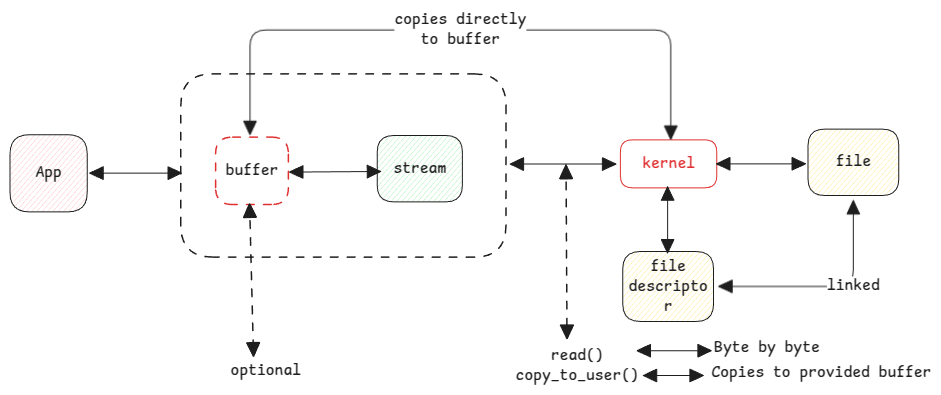
swaroopar/inprogress-engineer keeps this Excalidraw diagram as static/img/file-stream-buffer.excalidraw.png. Above is the earlier version. Source tidied: one line per element, renumbered; positions are measured from the earlier drawing's top-left corner, leaving out a move shared by most shapes.
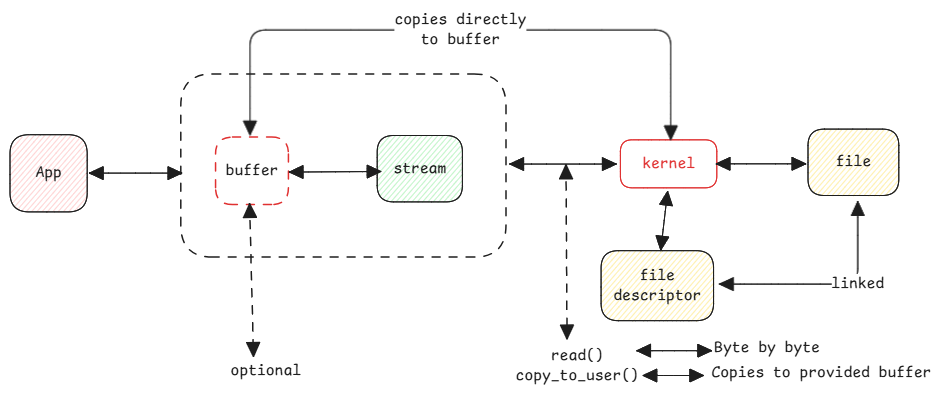
Later version of the same file.

The edit, as a diff of the source:
```diff
@@ -17,10 +17,10 @@
 {"id": 16, "type": "arrow", "strokeColor": "#1e1e1e", "strokeWidth": 1, "roughness": 0, "startArrowhead": "triangle", "endArrowhead": "triangle", "round": true, "x": 706, "y": 184, "width": 89, "height": 0, "points": [[0, 0], [89, 0]]}
 {"id": 17, "type": "arrow", "strokeColor": "#1e1e1e", "strokeWidth": 1, "roughness": 0, "startArrowhead": "triangle", "endArrowhead": "triangle", "from": 14, "to": 4, "x": 661, "y": 160, "width": 421, "height": 110, "points": [[0, 0], [0, -110], [-421, -110], [-421, -5]]}
 {"id": 18, "type": "text", "text": "copies directly\nto buffer", "strokeColor": "#1e1e1e", "strokeWidth": 1, "roughness": 0, "fontSize": 16, "fontFamily": 8, "textAlign": "center", "verticalAlign": "middle", "inside": 17, "x": 417, "y": 0, "width": 132, "height": 40}
-{"id": 19, "type": "rectangle", "strokeColor": "#1e1e1e", "backgroundColor": "#ffec99", "fillStyle": "hachure", "strokeWidth": 1, "roughness": 0, "round": true, "x": 613, "y": 272, "width": 91, "height": 70}
+{"id": 19, "type": "rectangle", "strokeColor": "#1e1e1e", "backgroundColor": "#ffec99", "fillStyle": "hachure", "strokeWidth": 1, "roughness": 0, "round": true, "x": 591, "y": 271, "width": 112, "height": 70}
-{"id": 20, "type": "text", "text": "file\ndescripto\nr", "strokeColor": "#1e1e1e", "strokeWidth": 2, "roughness": 1, "fontSize": 16, "fontFamily": 8, "textAlign": "center", "verticalAlign": "middle", "inside": 19, "x": 619, "y": 277, "width": 79, "height": 60}
+{"id": 20, "type": "text", "text": "file\ndescriptor", "strokeColor": "#1e1e1e", "strokeWidth": 2, "roughness": 1, "fontSize": 16, "fontFamily": 8, "textAlign": "center", "verticalAlign": "middle", "inside": 19, "x": 603, "y": 286, "width": 88, "height": 40}
-{"id": 21, "type": "arrow", "strokeColor": "#1e1e1e", "strokeWidth": 1, "roughness": 0, "startArrowhead": "triangle", "endArrowhead": "triangle", "round": true, "x": 658, "y": 207, "width": 0, "height": 66, "points": [[0, 0], [0, 66]]}
+{"id": 21, "type": "arrow", "strokeColor": "#1e1e1e", "strokeWidth": 1, "roughness": 0, "startArrowhead": "triangle", "endArrowhead": "triangle", "round": true, "to": 19, "x": 658, "y": 212, "width": 7, "height": 58, "points": [[0, 0], [-7, 58]]}
-{"id": 22, "type": "arrow", "strokeColor": "#1e1e1e", "strokeWidth": 1, "roughness": 0, "startArrowhead": "triangle", "endArrowhead": "triangle", "from": 19, "to": 0, "x": 709, "y": 307, "width": 135, "height": 86, "points": [[0, 0], [135, 0], [135, -86]]}
+{"id": 22, "type": "arrow", "strokeColor": "#1e1e1e", "strokeWidth": 1, "roughness": 0, "startArrowhead": "triangle", "endArrowhead": "triangle", "from": 19, "to": 0, "x": 710, "y": 305, "width": 138, "height": 82, "points": [[0, 0], [138, 0], [138, -82]]}
 {"id": 23, "type": "text", "text": "linked", "strokeColor": "#1e1e1e", "strokeWidth": 1, "roughness": 0, "fontSize": 16, "fontFamily": 8, "textAlign": "center", "verticalAlign": "middle", "inside": 22, "x": 766, "y": 277, "width": 53, "height": 20}
 {"id": 24, "type": "text", "text": "read()\ncopy_to_user()", "strokeColor": "#1e1e1e", "strokeWidth": 1, "roughness": 0, "fontSize": 16, "fontFamily": 8, "textAlign": "center", "x": 506, "y": 366, "width": 123, "height": 40}
 {"id": 25, "type": "arrow", "strokeColor": "#1e1e1e", "strokeWidth": 1, "strokeStyle": "dashed", "roughness": 0, "startArrowhead": "triangle", "endArrowhead": "triangle", "round": true, "to": 24, "x": 556, "y": 186, "width": 1, "height": 174, "points": [[0, 0], [1, 174]]}
```
